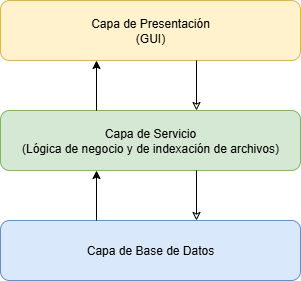
Before: Documentación/Diagramas/Diagrama_Arquitectura.png, a diagram exported from draw.io (Mauro-Suesca/KoolFileIndexer). Source tidied: cells renumbered, new cells last; positions are measured from the earlier drawing's top-left corner, leaving out a move shared by most shapes. The source it was exported from:
```xml
<mxGraphModel>
  <root>
    <mxCell id="0" />
    <mxCell id="1" parent="0" />
    <mxCell id="2" value="Capa de Presentación&lt;div&gt;(GUI)&lt;/div&gt;" style="rounded=1;whiteSpace=wrap;html=1;fillColor=#fff2cc;strokeColor=#d6b656;" parent="1" vertex="1">
      <mxGeometry width="300" height="60" as="geometry" />
    </mxCell>
    <mxCell id="3" value="Capa de Servicio&lt;div&gt;(Lógica de negocio y de indexación de archivos)&lt;/div&gt;" style="rounded=1;whiteSpace=wrap;html=1;fillColor=#d5e8d4;strokeColor=#82b366;" parent="1" vertex="1">
      <mxGeometry y="110" width="300" height="60" as="geometry" />
    </mxCell>
    <mxCell id="4" value="Capa de Base de Datos" style="rounded=1;whiteSpace=wrap;html=1;fillColor=#dae8fc;strokeColor=#6c8ebf;" parent="1" vertex="1">
      <mxGeometry y="220" width="300" height="60" as="geometry" />
    </mxCell>
    <mxCell id="5" style="endArrow=classic;startArrow=none;html=1;rounded=0;entryX=0.5;entryY=1;entryDx=0;entryDy=0;exitX=0.5;exitY=0;exitDx=0;exitDy=0;startFill=0;" parent="1" edge="1">
      <mxGeometry relative="1" as="geometry">
        <mxPoint x="96" y="110" as="sourcePoint" />
        <mxPoint x="96" y="60" as="targetPoint" />
      </mxGeometry>
    </mxCell>
    <mxCell id="6" style="endArrow=classic;startArrow=none;html=1;rounded=0;entryX=0.5;entryY=1;entryDx=0;entryDy=0;exitX=0.5;exitY=0;exitDx=0;exitDy=0;startFill=0;" parent="1" edge="1">
      <mxGeometry relative="1" as="geometry">
        <mxPoint x="96" y="220" as="sourcePoint" />
        <mxPoint x="96" y="170" as="targetPoint" />
      </mxGeometry>
    </mxCell>
    <mxCell id="7" style="endArrow=none;startArrow=classic;html=1;rounded=0;entryX=0.5;entryY=1;entryDx=0;entryDy=0;exitX=0.5;exitY=0;exitDx=0;exitDy=0;startFill=0;" parent="1" edge="1">
      <mxGeometry relative="1" as="geometry">
        <mxPoint x="196" y="220" as="sourcePoint" />
        <mxPoint x="196" y="170" as="targetPoint" />
      </mxGeometry>
    </mxCell>
    <mxCell id="8" style="endArrow=none;startArrow=classic;html=1;rounded=0;entryX=0.5;entryY=1;entryDx=0;entryDy=0;exitX=0.5;exitY=0;exitDx=0;exitDy=0;startFill=0;" parent="1" edge="1">
      <mxGeometry relative="1" as="geometry">
        <mxPoint x="196" y="110" as="sourcePoint" />
        <mxPoint x="196" y="60" as="targetPoint" />
      </mxGeometry>
    </mxCell>
  </root>
</mxGraphModel>
```
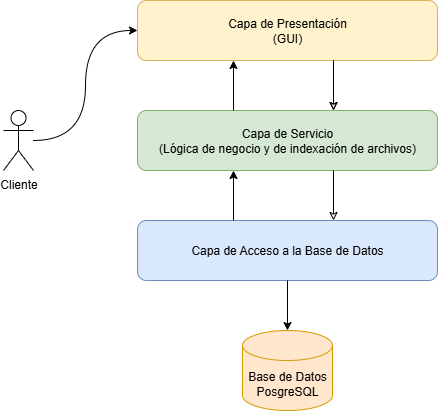
After the commit.

Commit message:
[Diagrama_Arquitectura.png] Se actualizó el diagrama de la arquitectura

What changed in the source:
```diff
@@ -8,7 +8,7 @@
     <mxCell id="3" value="Capa de Servicio&lt;div&gt;(Lógica de negocio y de indexación de archivos)&lt;/div&gt;" style="rounded=1;whiteSpace=wrap;html=1;fillColor=#d5e8d4;strokeColor=#82b366;" parent="1" vertex="1">
       <mxGeometry y="110" width="300" height="60" as="geometry" />
     </mxCell>
-    <mxCell id="4" value="Capa de Base de Datos" style="rounded=1;whiteSpace=wrap;html=1;fillColor=#dae8fc;strokeColor=#6c8ebf;" parent="1" vertex="1">
+    <mxCell id="4" value="Capa de Acceso a la&amp;nbsp;&lt;span style=&quot;background-color: transparent; color: light-dark(rgb(0, 0, 0), rgb(255, 255, 255));&quot;&gt;Base de Datos&lt;/span&gt;" style="rounded=1;whiteSpace=wrap;html=1;fillColor=#dae8fc;strokeColor=#6c8ebf;" parent="1" vertex="1">
       <mxGeometry y="220" width="300" height="60" as="geometry" />
     </mxCell>
     <mxCell id="5" style="endArrow=classic;startArrow=none;html=1;rounded=0;entryX=0.5;entryY=1;entryDx=0;entryDy=0;exitX=0.5;exitY=0;exitDx=0;exitDy=0;startFill=0;" parent="1" edge="1">
@@ -17,23 +17,41 @@
         <mxPoint x="96" y="60" as="targetPoint" />
       </mxGeometry>
     </mxCell>
+    <mxCell id="9" style="endArrow=none;startArrow=classic;html=1;rounded=0;entryX=0.5;entryY=1;entryDx=0;entryDy=0;exitX=0.5;exitY=0;exitDx=0;exitDy=0;startFill=0;" parent="1" edge="1">
+      <mxGeometry relative="1" as="geometry">
+        <mxPoint x="196" y="110" as="sourcePoint" />
+        <mxPoint x="196" y="60" as="targetPoint" />
+      </mxGeometry>
+    </mxCell>
     <mxCell id="6" style="endArrow=classic;startArrow=none;html=1;rounded=0;entryX=0.5;entryY=1;entryDx=0;entryDy=0;exitX=0.5;exitY=0;exitDx=0;exitDy=0;startFill=0;" parent="1" edge="1">
       <mxGeometry relative="1" as="geometry">
         <mxPoint x="96" y="220" as="sourcePoint" />
         <mxPoint x="96" y="170" as="targetPoint" />
       </mxGeometry>
     </mxCell>
+    <mxCell id="8" style="endArrow=none;startArrow=classic;html=1;rounded=0;entryX=0.5;entryY=1;entryDx=0;entryDy=0;exitX=0.5;exitY=0;exitDx=0;exitDy=0;startFill=0;" parent="1" edge="1">
+      <mxGeometry relative="1" as="geometry">
+        <mxPoint x="196" y="110" as="sourcePoint" />
+        <mxPoint x="196" y="60" as="targetPoint" />
+      </mxGeometry>
+    </mxCell>
     <mxCell id="7" style="endArrow=none;startArrow=classic;html=1;rounded=0;entryX=0.5;entryY=1;entryDx=0;entryDy=0;exitX=0.5;exitY=0;exitDx=0;exitDy=0;startFill=0;" parent="1" edge="1">
       <mxGeometry relative="1" as="geometry">
         <mxPoint x="196" y="220" as="sourcePoint" />
         <mxPoint x="196" y="170" as="targetPoint" />
       </mxGeometry>
     </mxCell>
-    <mxCell id="8" style="endArrow=none;startArrow=classic;html=1;rounded=0;entryX=0.5;entryY=1;entryDx=0;entryDy=0;exitX=0.5;exitY=0;exitDx=0;exitDy=0;startFill=0;" parent="1" edge="1">
-      <mxGeometry relative="1" as="geometry">
-        <mxPoint x="196" y="110" as="sourcePoint" />
-        <mxPoint x="196" y="60" as="targetPoint" />
-      </mxGeometry>
-    </mxCell>
+    <mxCell id="10" style="rounded=0;jettySize=auto;html=1;entryX=0;entryY=0.5;entryDx=0;entryDy=0;edgeStyle=orthogonalEdgeStyle;curved=1;" parent="1" edge="1" source="11" target="2">
+      <mxGeometry relative="1" as="geometry" />
+    </mxCell>
+    <mxCell id="11" value="Cliente" style="shape=umlActor;verticalLabelPosition=bottom;verticalAlign=top;html=1;outlineConnect=0;" parent="1" vertex="1">
+      <mxGeometry x="-134" y="110" width="30" height="60" as="geometry" />
+    </mxCell>
+    <mxCell id="12" value="Base de Datos PosgreSQL" style="shape=cylinder3;whiteSpace=wrap;html=1;boundedLbl=1;backgroundOutline=1;size=15;fillColor=#ffe6cc;strokeColor=#d79b00;" parent="1" vertex="1">
+      <mxGeometry x="105" y="330" width="90" height="80" as="geometry" />
+    </mxCell>
+    <mxCell id="13" style="endArrow=classic;html=1;rounded=0;exitX=0.5;exitY=1;exitDx=0;exitDy=0;entryX=0.5;entryY=0;entryDx=0;entryDy=0;entryPerimeter=0;" parent="1" edge="1" source="4" target="12">
+      <mxGeometry relative="1" as="geometry" />
+    </mxCell>
   </root>
 </mxGraphModel>
```
